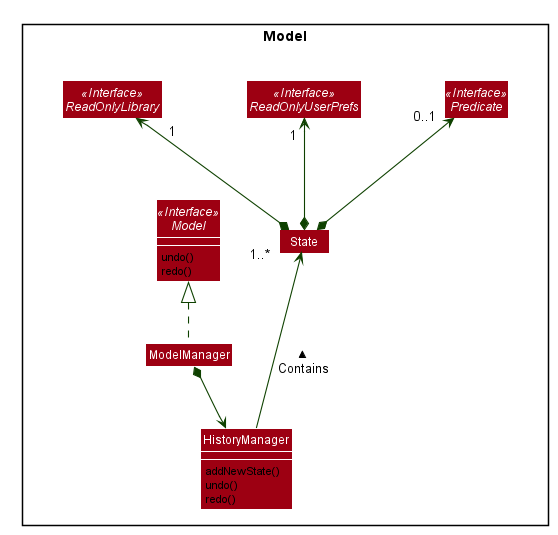
Above: docs/images/UndoRedoClassDiagram.png in pennhanlee/tp (PlantUML), before the change.
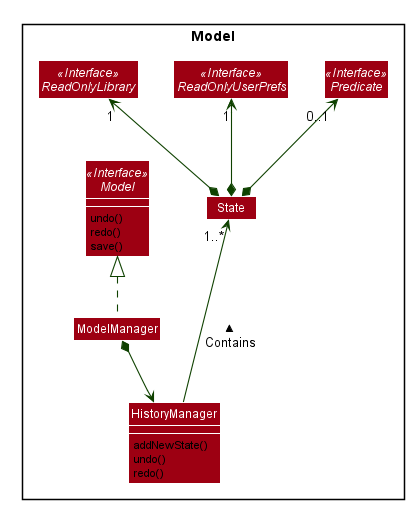
Above is the later version.

Commit message:
Update DG to fit new Undo redo implementation

Diff of the diagram source:
```diff
@@ -64,6 +64,7 @@
 
 Model : undo()
 Model : redo()
+Model : save()
 show Model members
 
 HistoryManager : addNewState()
```
